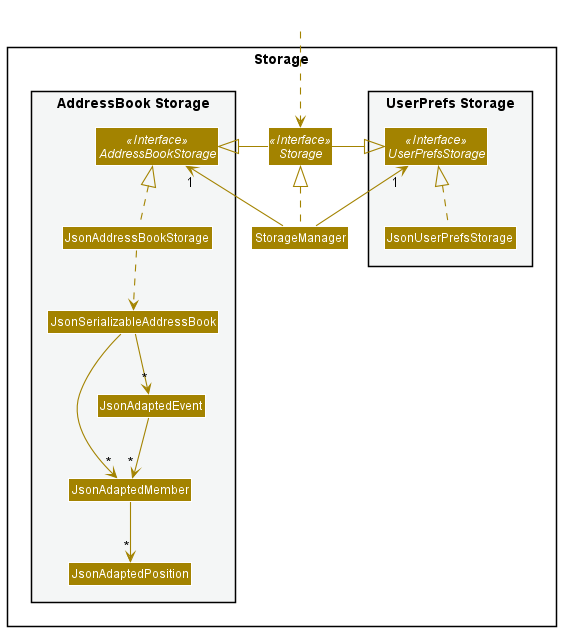
This is docs/images/StorageClassDiagram.png from nus-cs2103-AY2122S1/tp, a PlantUML export, as it was before one commit.
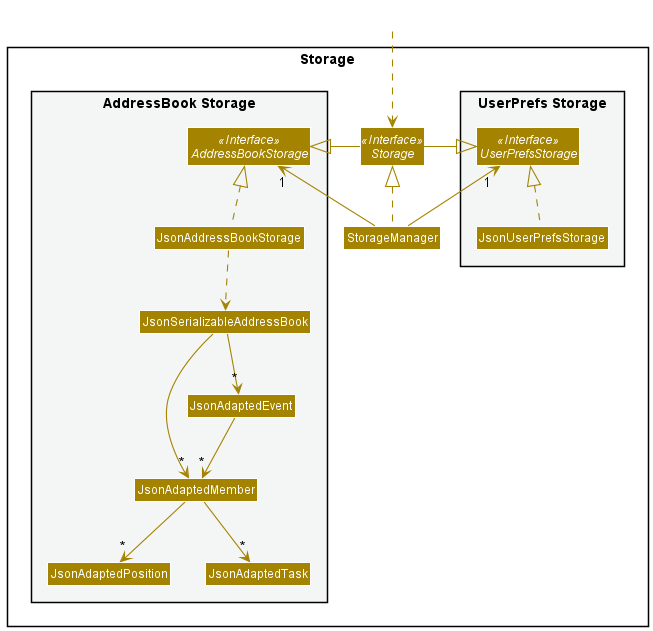
Later version of the same file.

The edit, as a diff of the source:
```diff
@@ -22,6 +22,8 @@
 Class JsonAdaptedMember
 Class JsonAdaptedPosition
 Class JsonAdaptedEvent
+
+Class JsonAdaptedTask
 }
 
 }
@@ -40,6 +42,7 @@
 JsonAddressBookStorage .up.|> AddressBookStorage
 JsonAddressBookStorage ..> JsonSerializableAddressBook
 JsonSerializableAddressBook --> "*" JsonAdaptedMember
+JsonAdaptedMember --> "*" JsonAdaptedTask
 JsonSerializableAddressBook --> "*" JsonAdaptedEvent
 JsonAdaptedEvent --> "*" JsonAdaptedMember
 JsonAdaptedMember --> "*" JsonAdaptedPosition
```
